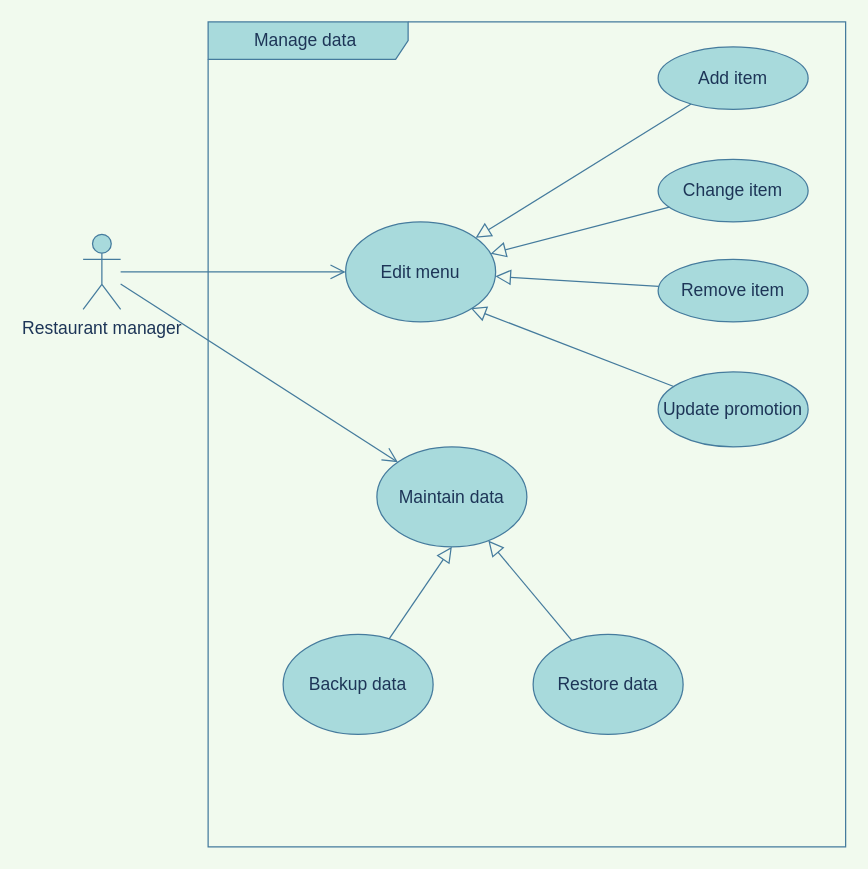
The draw.io diagram requirements/use cases/Data_Manage.drawio in thanhtoan1742/OWCA_POS, before the edit. Source tidied: cells renumbered, new cells numbered last; positions are measured from the earlier drawing's top-left corner, leaving out a move shared by most shapes. Both pictures are drawn from the tidied source at 125%, with x=0, y=0 at pixel (82, 21).
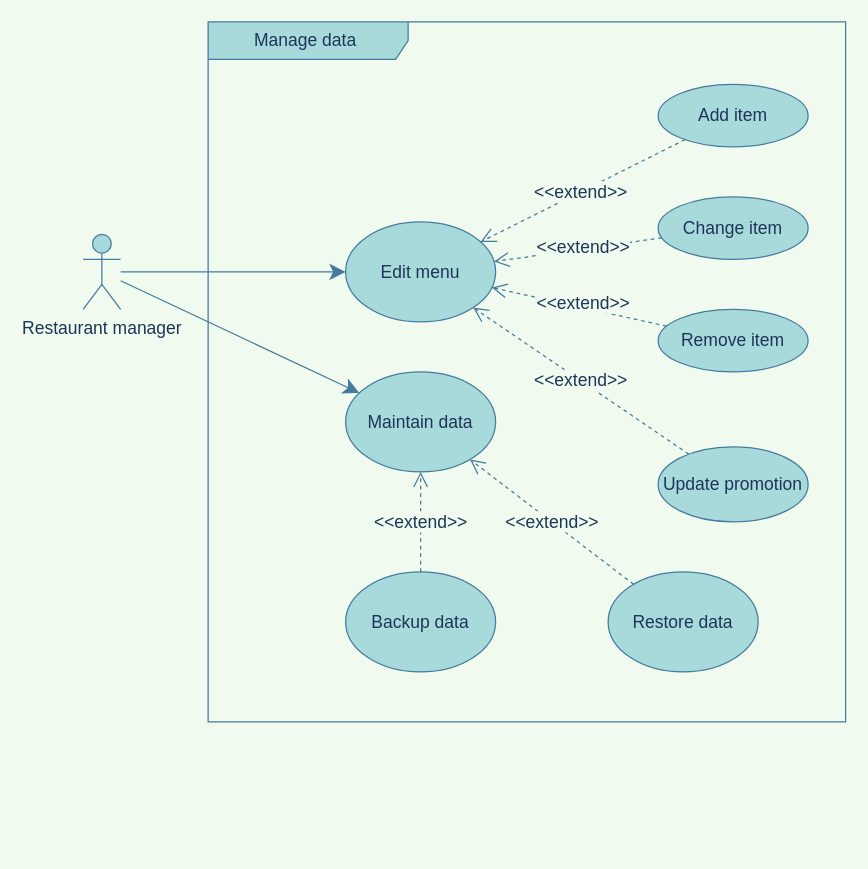
Above is the later version.

Unchanged cells that the change refers to:
```xml
<mxCell id="7" value="Restaurant manager" style="shape=umlActor;verticalLabelPosition=bottom;verticalAlign=top;html=1;rounded=0;sketch=0;fontSize=14;fillColor=#A8DADC;strokeColor=#457B9D;fontColor=#1D3557;" parent="1" vertex="1">
  <mxGeometry y="170" width="30" height="60" as="geometry" />
</mxCell>
<mxCell id="9" value="Edit menu" style="ellipse;whiteSpace=wrap;html=1;fontSize=14;fillColor=#A8DADC;strokeColor=#457B9D;fontColor=#1D3557;" parent="1" vertex="1">
  <mxGeometry x="210" y="160" width="120" height="80" as="geometry" />
</mxCell>
```

Change to the diagram source:
```diff
@@
     <mxCell id="2" value="Manage data&amp;nbsp;" style="shape=umlFrame;whiteSpace=wrap;html=1;width=160;height=30;fillColor=#A8DADC;strokeColor=#457B9D;fontColor=#1D3557;fontSize=14;" parent="1" vertex="1">
-      <mxGeometry x="100" width="510" height="660" as="geometry" />
+      <mxGeometry x="100" width="510" height="560" as="geometry" />
     </mxCell>
-    <mxCell id="3" style="edgeStyle=none;rounded=1;sketch=0;jettySize=auto;html=1;fontColor=#1D3557;startArrow=none;startFill=0;endArrow=block;endFill=0;startSize=10;endSize=10;strokeColor=#457B9D;fillColor=#A8DADC;fontSize=14;" parent="1" edge="1" source="4" target="9">
-      <mxGeometry relative="1" as="geometry" />
+    <mxCell id="3" value="&amp;lt;&amp;lt;extend&amp;gt;&amp;gt;" style="edgeStyle=none;rounded=1;sketch=0;jettySize=auto;html=1;fontColor=#1D3557;startArrow=none;startFill=0;endArrow=open;endFill=0;startSize=10;endSize=10;strokeColor=#457B9D;fillColor=#A8DADC;fontSize=14;dashed=1;labelBackgroundColor=#F1FAEE;" parent="1" edge="1" source="4" target="9">
+      <mxGeometry x="0.02" relative="1" as="geometry" />
     </mxCell>
     <mxCell id="4" value="Add item" style="ellipse;whiteSpace=wrap;html=1;fontSize=14;fillColor=#A8DADC;strokeColor=#457B9D;fontColor=#1D3557;" parent="1" vertex="1">
-      <mxGeometry x="460" y="20" width="120" height="50" as="geometry" />
+      <mxGeometry x="460" y="50" width="120" height="50" as="geometry" />
     </mxCell>
-    <mxCell id="5" style="edgeStyle=entityRelationEdgeStyle;rounded=1;sketch=0;jettySize=auto;html=1;fontSize=14;endSize=10;entryX=0;entryY=0.5;entryDx=0;entryDy=0;endArrow=open;endFill=0;strokeColor=#457B9D;fontColor=#1D3557;labelBackgroundColor=#F1FAEE;" parent="1" edge="1" source="7" target="9">
+    <mxCell id="5" style="edgeStyle=entityRelationEdgeStyle;rounded=1;sketch=0;jettySize=auto;html=1;fontSize=14;endSize=10;endArrow=classic;endFill=1;strokeColor=#457B9D;fontColor=#1D3557;labelBackgroundColor=#F1FAEE;" parent="1" edge="1" source="7" target="9">
       <mxGeometry relative="1" as="geometry" />
     </mxCell>
-    <mxCell id="6" style="edgeStyle=none;rounded=1;sketch=0;jettySize=auto;html=1;fontColor=#1D3557;endArrow=open;endFill=0;strokeColor=#457B9D;fillColor=#A8DADC;endSize=10;fontSize=14;" parent="1" edge="1" source="7" target="20">
+    <mxCell id="6" style="edgeStyle=none;rounded=1;sketch=0;jettySize=auto;html=1;fontColor=#1D3557;endArrow=classic;endFill=1;strokeColor=#457B9D;fillColor=#A8DADC;endSize=10;fontSize=14;labelBackgroundColor=#F1FAEE;" parent="1" edge="1" source="7" target="20">
       <mxGeometry relative="1" as="geometry" />
     </mxCell>
@@
-    <mxCell id="8" style="edgeStyle=none;rounded=1;sketch=0;jettySize=auto;html=1;fontColor=#1D3557;endArrow=none;endFill=0;strokeColor=#457B9D;fillColor=#A8DADC;startArrow=block;startFill=0;endSize=6;startSize=10;labelBackgroundColor=#F1FAEE;fontSize=14;" parent="1" edge="1" target="15">
-      <mxGeometry relative="1" as="geometry">
-        <mxPoint x="310" y="229" as="sourcePoint" />
-      </mxGeometry>
+    <mxCell id="8" value="&amp;lt;&amp;lt;extend&amp;gt;&amp;gt;" style="edgeStyle=none;rounded=1;sketch=0;jettySize=auto;html=1;fontColor=#1D3557;endArrow=open;endFill=0;strokeColor=#457B9D;fillColor=#A8DADC;startArrow=none;startFill=0;endSize=10;startSize=6;fontSize=14;dashed=1;labelBackgroundColor=#F1FAEE;" parent="1" edge="1" source="15" target="9">
+      <mxGeometry relative="1" as="geometry" />
     </mxCell>
@@
     <mxCell id="10" value="Change item" style="ellipse;whiteSpace=wrap;html=1;fontSize=14;fillColor=#A8DADC;strokeColor=#457B9D;fontColor=#1D3557;" parent="1" vertex="1">
-      <mxGeometry x="460" y="110" width="120" height="50" as="geometry" />
+      <mxGeometry x="460" y="140" width="120" height="50" as="geometry" />
     </mxCell>
-    <mxCell id="11" style="rounded=1;sketch=0;jettySize=auto;html=1;fontSize=14;endArrow=block;endFill=0;endSize=10;strokeColor=#457B9D;fontColor=#1D3557;labelBackgroundColor=#F1FAEE;" parent="1" edge="1" source="10" target="9">
-      <mxGeometry x="-0.03" y="-4" relative="1" as="geometry" />
+    <mxCell id="11" value="&amp;lt;&amp;lt;extend&amp;gt;&amp;gt;" style="rounded=1;sketch=0;jettySize=auto;html=1;fontSize=14;endArrow=open;endFill=0;endSize=10;strokeColor=#457B9D;fontColor=#1D3557;dashed=1;labelBackgroundColor=#F1FAEE;" parent="1" edge="1" source="10" target="9">
+      <mxGeometry x="-0.07" y="-2" relative="1" as="geometry" />
     </mxCell>
     <mxCell id="12" value="Remove item" style="ellipse;whiteSpace=wrap;html=1;fontSize=14;fillColor=#A8DADC;strokeColor=#457B9D;fontColor=#1D3557;" parent="1" vertex="1">
-      <mxGeometry x="460" y="190" width="120" height="50" as="geometry" />
+      <mxGeometry x="460" y="230" width="120" height="50" as="geometry" />
     </mxCell>
-    <mxCell id="13" style="rounded=1;sketch=0;jettySize=auto;html=1;fontSize=14;endArrow=block;endFill=0;endSize=10;strokeColor=#457B9D;fontColor=#1D3557;startArrow=none;startFill=0;labelBackgroundColor=#F1FAEE;" parent="1" edge="1" source="12" target="9">
+    <mxCell id="13" value="&amp;lt;&amp;lt;extend&amp;gt;&amp;gt;" style="rounded=1;sketch=0;jettySize=auto;html=1;fontSize=14;endArrow=open;endFill=0;endSize=10;strokeColor=#457B9D;fontColor=#1D3557;startArrow=none;startFill=0;dashed=1;labelBackgroundColor=#F1FAEE;" parent="1" edge="1" source="12" target="9">
       <mxGeometry x="-0.03" y="-4" relative="1" as="geometry" />
     </mxCell>
-    <mxCell id="14" style="edgeStyle=orthogonalEdgeStyle;rounded=0;orthogonalLoop=1;jettySize=auto;html=1;exitX=0.5;exitY=1;exitDx=0;exitDy=0;strokeColor=#457B9D;fontColor=#1D3557;labelBackgroundColor=#F1FAEE;fontSize=14;" parent="1" edge="1" source="12" target="12">
+    <mxCell id="14" style="edgeStyle=orthogonalEdgeStyle;rounded=0;orthogonalLoop=1;jettySize=auto;html=1;exitX=0.5;exitY=1;exitDx=0;exitDy=0;strokeColor=#457B9D;fontColor=#1D3557;fontSize=14;labelBackgroundColor=#F1FAEE;" parent="1" edge="1" source="12" target="12">
       <mxGeometry relative="1" as="geometry" />
     </mxCell>
     <mxCell id="15" value="Update promotion" style="ellipse;whiteSpace=wrap;html=1;fontSize=14;fontColor=#1D3557;strokeColor=#457B9D;fillColor=#A8DADC;" parent="1" vertex="1">
-      <mxGeometry x="460" y="280" width="120" height="60" as="geometry" />
+      <mxGeometry x="460" y="340" width="120" height="60" as="geometry" />
     </mxCell>
-    <mxCell id="16" style="rounded=1;sketch=0;jettySize=auto;html=1;fontColor=#1D3557;strokeColor=#457B9D;fillColor=#A8DADC;entryX=0.5;entryY=1;entryDx=0;entryDy=0;endArrow=block;endFill=0;fontSize=14;endSize=10;startSize=10;" parent="1" edge="1" source="17" target="20">
+    <mxCell id="16" value="&amp;lt;&amp;lt;extend&amp;gt;&amp;gt;" style="rounded=1;sketch=0;jettySize=auto;html=1;fontColor=#1D3557;strokeColor=#457B9D;fillColor=#A8DADC;endArrow=open;endFill=0;fontSize=14;endSize=10;startSize=10;dashed=1;labelBackgroundColor=#F1FAEE;" parent="1" edge="1" source="17" target="20">
       <mxGeometry relative="1" as="geometry" />
     </mxCell>
     <mxCell id="17" value="Backup data" style="ellipse;whiteSpace=wrap;html=1;fontSize=14;fillColor=#A8DADC;strokeColor=#457B9D;fontColor=#1D3557;" parent="1" vertex="1">
-      <mxGeometry x="160" y="490" width="120" height="80" as="geometry" />
+      <mxGeometry x="210" y="440" width="120" height="80" as="geometry" />
     </mxCell>
-    <mxCell id="18" style="rounded=1;sketch=0;jettySize=auto;html=1;fontColor=#1D3557;strokeColor=#457B9D;fillColor=#A8DADC;endArrow=block;endFill=0;fontSize=14;endSize=10;" parent="1" edge="1" source="19" target="20">
+    <mxCell id="18" value="&amp;lt;&amp;lt;extend&amp;gt;&amp;gt;" style="rounded=1;sketch=0;jettySize=auto;html=1;fontColor=#1D3557;strokeColor=#457B9D;fillColor=#A8DADC;endArrow=open;endFill=0;fontSize=14;endSize=10;dashed=1;labelBackgroundColor=#F1FAEE;" parent="1" edge="1" source="19" target="20">
       <mxGeometry relative="1" as="geometry" />
     </mxCell>
     <mxCell id="19" value="Restore data" style="ellipse;whiteSpace=wrap;html=1;fontSize=14;fillColor=#A8DADC;strokeColor=#457B9D;fontColor=#1D3557;" parent="1" vertex="1">
-      <mxGeometry x="360" y="490" width="120" height="80" as="geometry" />
+      <mxGeometry x="420" y="440" width="120" height="80" as="geometry" />
     </mxCell>
     <mxCell id="20" value="Maintain data" style="ellipse;whiteSpace=wrap;html=1;fontSize=14;fillColor=#A8DADC;strokeColor=#457B9D;fontColor=#1D3557;" parent="1" vertex="1">
-      <mxGeometry x="235" y="340" width="120" height="80" as="geometry" />
+      <mxGeometry x="210" y="280" width="120" height="80" as="geometry" />
     </mxCell>
```
